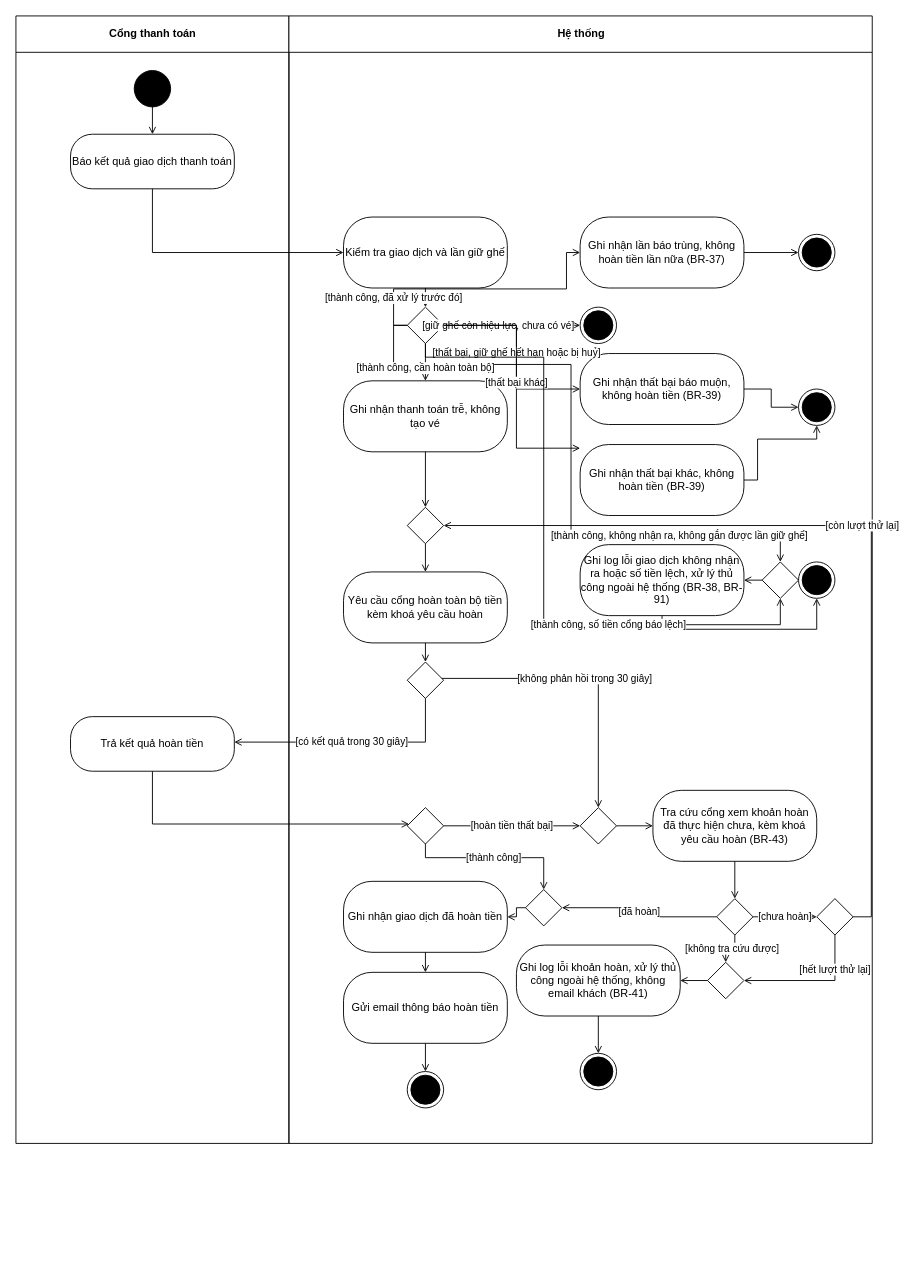
This is design/diagrams/P04-activity-UC-006.drawio from luytbq/app-dat-ve-xem-phim, a draw.io file, before an edit. Source tidied: cells renumbered, new cells numbered last; positions are measured from the earlier drawing's top-left corner, leaving out a move shared by most shapes. Both pictures are drawn from the tidied source at 91%, with x=0, y=0 at pixel (15, 15).
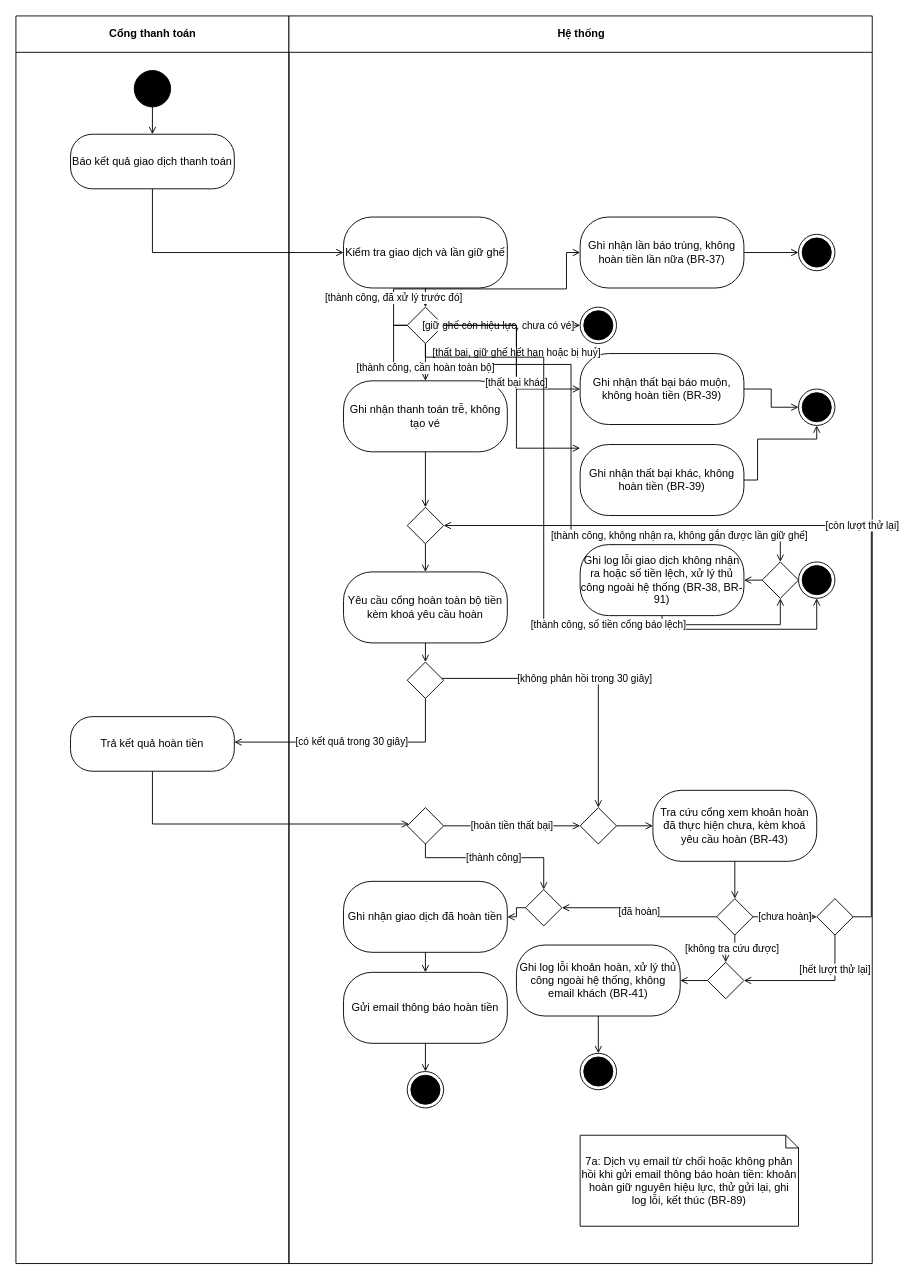
After the change.

What changed in the source:
```diff
@@
     <mxCell id="2" value="Cổng thanh toán" style="swimlane;html=1;startSize=40;" parent="1" vertex="1">
-      <mxGeometry width="300" height="1239" as="geometry" />
+      <mxGeometry width="300" height="1371" as="geometry" />
     </mxCell>
     <mxCell id="3" value="Hệ thống" style="swimlane;html=1;startSize=40;" parent="1" vertex="1">
-      <mxGeometry x="300" width="641" height="1239" as="geometry" />
+      <mxGeometry x="300" width="641" height="1371" as="geometry" />
     </mxCell>
@@
+    <mxCell id="69" value="7a: Dịch vụ email từ chối hoặc không phản hồi khi gửi email thông báo hoàn tiền: khoản hoàn giữ nguyên hiệu lực, thử gửi lại, ghi log lỗi, kết thúc (BR-89)" style="shape=note;whiteSpace=wrap;html=1;size=14;" parent="3" vertex="1">
+      <mxGeometry x="320" y="1230" width="240" height="100" as="geometry" />
+    </mxCell>
```
